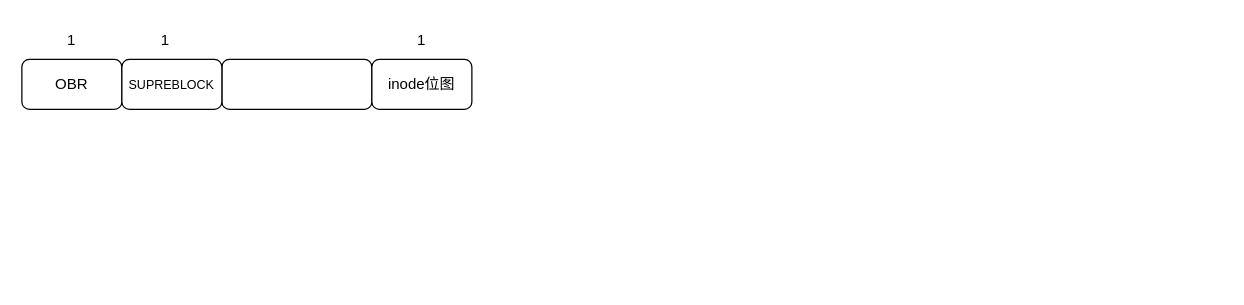
gzhang91/gzhang keeps this draw.io diagram as 01.文件系统.drawio. Above is the earlier version. Source tidied: cells renumbered, new cells numbered last; positions are measured from the earlier drawing's top-left corner, leaving out a move shared by most shapes. Both pictures are drawn from the tidied source at 125%, with x=0, y=0 at pixel (21, 21).
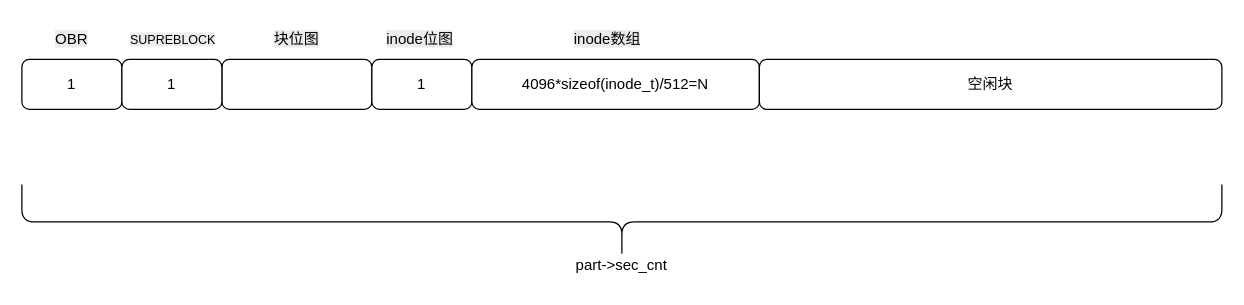
The same page after the edit.

Commit message:
更新01.文件系统.drawio

Change to the diagram source:
```diff
@@
 <mxGraphModel>
   <root>
     <mxCell id="0" />
     <mxCell id="1" parent="0" />
-    <mxCell id="2" value="OBR" style="rounded=1;whiteSpace=wrap;html=1;" parent="1" vertex="1">
+    <mxCell id="2" style="rounded=1;whiteSpace=wrap;html=1;" parent="1" vertex="1">
       <mxGeometry y="30" width="80" height="40" as="geometry" />
     </mxCell>
     <mxCell id="3" style="rounded=1;whiteSpace=wrap;html=1;" parent="1" vertex="1">
       <mxGeometry x="160" y="30" width="120" height="40" as="geometry" />
     </mxCell>
-    <mxCell id="4" value="&lt;font style=&quot;font-size: 10px;&quot;&gt;SUPREBLOCK&lt;/font&gt;" style="rounded=1;whiteSpace=wrap;html=1;" parent="1" vertex="1">
+    <mxCell id="4" style="rounded=1;whiteSpace=wrap;html=1;" parent="1" vertex="1">
       <mxGeometry x="80" y="30" width="80" height="40" as="geometry" />
     </mxCell>
-    <mxCell id="5" value="inode位图" style="rounded=1;whiteSpace=wrap;html=1;" parent="1" vertex="1">
+    <mxCell id="5" style="rounded=1;whiteSpace=wrap;html=1;" parent="1" vertex="1">
       <mxGeometry x="280" y="30" width="80" height="40" as="geometry" />
     </mxCell>
     <mxCell id="6" value="1" style="text;html=1;whiteSpace=wrap;strokeColor=none;fillColor=none;align=center;verticalAlign=middle;rounded=0;" parent="1" vertex="1">
-      <mxGeometry x="10" width="60" height="30" as="geometry" />
+      <mxGeometry x="10" y="35" width="60" height="30" as="geometry" />
     </mxCell>
     <mxCell id="7" value="1" style="text;html=1;whiteSpace=wrap;strokeColor=none;fillColor=none;align=center;verticalAlign=middle;rounded=0;" parent="1" vertex="1">
-      <mxGeometry x="85" width="60" height="30" as="geometry" />
+      <mxGeometry x="90" y="35" width="60" height="30" as="geometry" />
     </mxCell>
     <mxCell id="8" value="1" style="text;html=1;whiteSpace=wrap;strokeColor=none;fillColor=none;align=center;verticalAlign=middle;rounded=0;" parent="1" vertex="1">
-      <mxGeometry x="290" width="60" height="30" as="geometry" />
+      <mxGeometry x="290" y="35" width="60" height="30" as="geometry" />
     </mxCell>
+    <mxCell id="9" value="4096*sizeof(inode_t)/512=N" style="rounded=1;whiteSpace=wrap;html=1;" parent="1" vertex="1">
+      <mxGeometry x="360" y="30" width="230" height="40" as="geometry" />
+    </mxCell>
+    <mxCell id="10" value="空闲块" style="rounded=1;whiteSpace=wrap;html=1;" parent="1" vertex="1">
+      <mxGeometry x="590" y="30" width="370" height="40" as="geometry" />
+    </mxCell>
+    <mxCell id="11" value="&lt;span style=&quot;color: rgb(0, 0, 0); font-family: Helvetica; font-size: 12px; font-style: normal; font-variant-ligatures: normal; font-variant-caps: normal; font-weight: 400; letter-spacing: normal; orphans: 2; text-align: center; text-indent: 0px; text-transform: none; widows: 2; word-spacing: 0px; -webkit-text-stroke-width: 0px; white-space: normal; background-color: rgb(236, 236, 236); text-decoration-thickness: initial; text-decoration-style: initial; text-decoration-color: initial; display: inline !important; float: none;&quot;&gt;inode数组&lt;/span&gt;" style="text;whiteSpace=wrap;html=1;" parent="1" vertex="1">
+      <mxGeometry x="440" width="90" height="40" as="geometry" />
+    </mxCell>
+    <mxCell id="12" value="&lt;span style=&quot;color: rgb(0, 0, 0); font-family: Helvetica; font-size: 12px; font-style: normal; font-variant-ligatures: normal; font-variant-caps: normal; font-weight: 400; letter-spacing: normal; orphans: 2; text-align: center; text-indent: 0px; text-transform: none; widows: 2; word-spacing: 0px; -webkit-text-stroke-width: 0px; white-space: normal; background-color: rgb(236, 236, 236); text-decoration-thickness: initial; text-decoration-style: initial; text-decoration-color: initial; display: inline !important; float: none;&quot;&gt;inode位图&lt;/span&gt;" style="text;whiteSpace=wrap;html=1;" parent="1" vertex="1">
+      <mxGeometry x="290" width="90" height="40" as="geometry" />
+    </mxCell>
+    <mxCell id="13" value="&lt;span style=&quot;color: rgb(0, 0, 0); font-family: Helvetica; font-size: 12px; font-style: normal; font-variant-ligatures: normal; font-variant-caps: normal; font-weight: 400; letter-spacing: normal; orphans: 2; text-align: center; text-indent: 0px; text-transform: none; widows: 2; word-spacing: 0px; -webkit-text-stroke-width: 0px; white-space: normal; background-color: rgb(236, 236, 236); text-decoration-thickness: initial; text-decoration-style: initial; text-decoration-color: initial; display: inline !important; float: none;&quot;&gt;块位图&lt;/span&gt;" style="text;whiteSpace=wrap;html=1;" parent="1" vertex="1">
+      <mxGeometry x="200" width="70" height="40" as="geometry" />
+    </mxCell>
+    <mxCell id="14" value="&lt;span style=&quot;color: rgb(0, 0, 0); font-family: Helvetica; font-size: 10px; font-style: normal; font-variant-ligatures: normal; font-variant-caps: normal; font-weight: 400; letter-spacing: normal; orphans: 2; text-align: center; text-indent: 0px; text-transform: none; widows: 2; word-spacing: 0px; -webkit-text-stroke-width: 0px; white-space: normal; background-color: rgb(236, 236, 236); text-decoration-thickness: initial; text-decoration-style: initial; text-decoration-color: initial; display: inline !important; float: none;&quot;&gt;SUPREBLOCK&lt;/span&gt;" style="text;whiteSpace=wrap;html=1;" parent="1" vertex="1">
+      <mxGeometry x="85" width="100" height="40" as="geometry" />
+    </mxCell>
+    <mxCell id="15" value="&lt;span style=&quot;color: rgb(0, 0, 0); font-family: Helvetica; font-size: 12px; font-style: normal; font-variant-ligatures: normal; font-variant-caps: normal; font-weight: 400; letter-spacing: normal; orphans: 2; text-align: center; text-indent: 0px; text-transform: none; widows: 2; word-spacing: 0px; -webkit-text-stroke-width: 0px; white-space: normal; background-color: rgb(236, 236, 236); text-decoration-thickness: initial; text-decoration-style: initial; text-decoration-color: initial; display: inline !important; float: none;&quot;&gt;OBR&lt;/span&gt;" style="text;whiteSpace=wrap;html=1;" parent="1" vertex="1">
+      <mxGeometry x="25" width="60" height="40" as="geometry" />
+    </mxCell>
+    <mxCell id="16" style="shape=curlyBracket;whiteSpace=wrap;html=1;rounded=1;flipH=1;labelPosition=right;verticalLabelPosition=middle;align=left;verticalAlign=middle;legacyAnchorPoints=0;direction=north;" parent="1" vertex="1">
+      <mxGeometry y="130" width="960" height="60" as="geometry" />
+    </mxCell>
+    <mxCell id="17" value="part-&amp;gt;sec_cnt" style="text;html=1;whiteSpace=wrap;strokeColor=none;fillColor=none;align=center;verticalAlign=middle;rounded=0;" parent="1" vertex="1">
+      <mxGeometry x="425" y="180" width="110" height="30" as="geometry" />
+    </mxCell>
   </root>
 </mxGraphModel>
```
